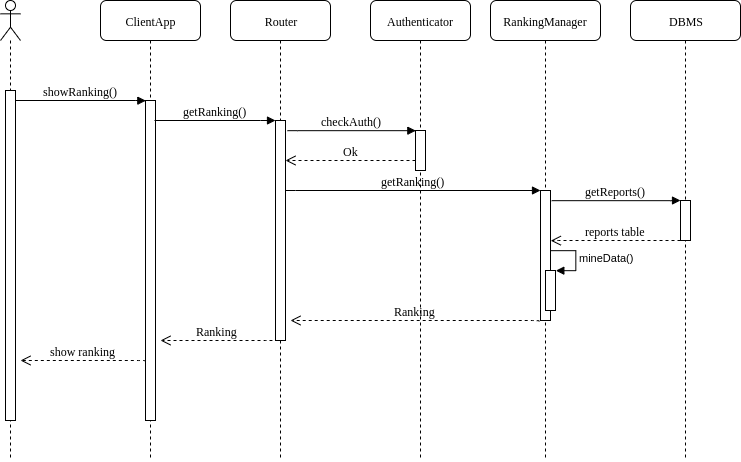
f3d0ss/CazzolaDotti-se2 keeps this draw.io diagram as DD/images/ranking-sequence.png. Above is the earlier version. Source tidied: cells renumbered, new cells last; positions are measured from the earlier drawing's top-left corner, leaving out a move shared by most shapes.
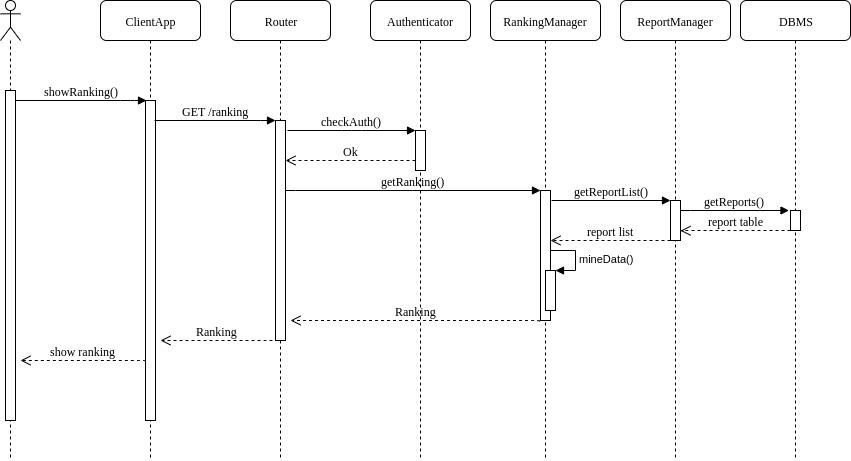
After the commit.

Diff of the diagram source:
```diff
@@ -65,7 +65,7 @@
         </Array>
       </mxGeometry>
     </mxCell>
-    <mxCell id="17" value="getRanking()" style="html=1;verticalAlign=bottom;endArrow=block;labelBackgroundColor=none;fontFamily=Verdana;fontSize=12;edgeStyle=elbowEdgeStyle;elbow=vertical;" parent="1" edge="1" target="6">
+    <mxCell id="17" value="GET /ranking" style="html=1;verticalAlign=bottom;endArrow=block;labelBackgroundColor=none;fontFamily=Verdana;fontSize=12;edgeStyle=elbowEdgeStyle;elbow=vertical;" parent="1" edge="1" target="6">
       <mxGeometry relative="1" as="geometry">
         <mxPoint x="183" y="120" as="sourcePoint" />
         <Array as="points">
@@ -95,20 +95,20 @@
         </Array>
       </mxGeometry>
     </mxCell>
-    <mxCell id="20" value="DBMS" style="shape=umlLifeline;perimeter=lifelinePerimeter;whiteSpace=wrap;html=1;rounded=1;shadow=0;comic=0;labelBackgroundColor=none;strokeWidth=1;fontFamily=Verdana;fontSize=12;align=center;" parent="1" vertex="1">
-      <mxGeometry x="659" width="110" height="460" as="geometry" />
+    <mxCell id="20" value="ReportManager" style="shape=umlLifeline;perimeter=lifelinePerimeter;whiteSpace=wrap;html=1;rounded=1;shadow=0;comic=0;labelBackgroundColor=none;strokeWidth=1;fontFamily=Verdana;fontSize=12;align=center;" parent="1" vertex="1">
+      <mxGeometry x="649" width="110" height="460" as="geometry" />
     </mxCell>
     <mxCell id="21" style="html=1;perimeter=orthogonalPerimeter;" parent="20" vertex="1">
       <mxGeometry x="50" y="200" width="10" height="40" as="geometry" />
     </mxCell>
-    <mxCell id="22" value="getReports()" style="html=1;verticalAlign=bottom;endArrow=block;labelBackgroundColor=none;fontFamily=Verdana;fontSize=12;edgeStyle=elbowEdgeStyle;elbow=vertical;exitX=1.13;exitY=0.078;exitDx=0;exitDy=0;exitPerimeter=0;" parent="1" edge="1" source="14">
+    <mxCell id="22" value="getReportList()" style="html=1;verticalAlign=bottom;endArrow=block;labelBackgroundColor=none;fontFamily=Verdana;fontSize=12;edgeStyle=elbowEdgeStyle;elbow=vertical;exitX=1.13;exitY=0.078;exitDx=0;exitDy=0;exitPerimeter=0;" parent="1" edge="1" source="14">
       <mxGeometry relative="1" as="geometry">
-        <mxPoint x="709" y="200" as="targetPoint" />
+        <mxPoint x="699" y="200" as="targetPoint" />
       </mxGeometry>
     </mxCell>
-    <mxCell id="23" value="reports table" style="html=1;verticalAlign=bottom;endArrow=open;dashed=1;endSize=8;labelBackgroundColor=none;fontFamily=Verdana;fontSize=12;edgeStyle=elbowEdgeStyle;elbow=vertical;entryX=1;entryY=0.385;entryDx=0;entryDy=0;entryPerimeter=0;" parent="1" edge="1" target="14">
+    <mxCell id="23" value="report list" style="html=1;verticalAlign=bottom;endArrow=open;dashed=1;endSize=8;labelBackgroundColor=none;fontFamily=Verdana;fontSize=12;edgeStyle=elbowEdgeStyle;elbow=vertical;entryX=1;entryY=0.385;entryDx=0;entryDy=0;entryPerimeter=0;" parent="1" edge="1" target="14">
       <mxGeometry relative="1" as="geometry">
-        <mxPoint x="709" y="240" as="sourcePoint" />
+        <mxPoint x="699" y="240" as="sourcePoint" />
         <Array as="points">
           <mxPoint x="649" y="240" />
           <mxPoint x="633.5" y="179" />
@@ -145,5 +145,29 @@
         </Array>
       </mxGeometry>
     </mxCell>
+    <mxCell id="26" value="DBMS" style="shape=umlLifeline;perimeter=lifelinePerimeter;whiteSpace=wrap;html=1;rounded=1;shadow=0;comic=0;labelBackgroundColor=none;strokeWidth=1;fontFamily=Verdana;fontSize=12;align=center;" parent="1" vertex="1">
+      <mxGeometry x="769" width="110" height="460" as="geometry" />
+    </mxCell>
+    <mxCell id="27" style="html=1;perimeter=orthogonalPerimeter;" parent="26" vertex="1">
+      <mxGeometry x="50" y="210" width="10" height="20" as="geometry" />
+    </mxCell>
+    <mxCell id="28" value="getReports()" style="html=1;verticalAlign=bottom;endArrow=block;labelBackgroundColor=none;fontFamily=Verdana;fontSize=12;edgeStyle=elbowEdgeStyle;elbow=vertical;exitX=1.13;exitY=0.078;exitDx=0;exitDy=0;exitPerimeter=0;" parent="1" edge="1">
+      <mxGeometry relative="1" as="geometry">
+        <mxPoint x="708.9" y="210.2" as="sourcePoint" />
+        <mxPoint x="817.5" y="210" as="targetPoint" />
+      </mxGeometry>
+    </mxCell>
+    <mxCell id="29" value="report table" style="html=1;verticalAlign=bottom;endArrow=open;dashed=1;endSize=8;labelBackgroundColor=none;fontFamily=Verdana;fontSize=12;edgeStyle=elbowEdgeStyle;elbow=vertical;entryX=1;entryY=0.385;entryDx=0;entryDy=0;entryPerimeter=0;" parent="1" edge="1">
+      <mxGeometry relative="1" as="geometry">
+        <mxPoint x="819" y="230" as="sourcePoint" />
+        <mxPoint x="709" y="230.2" as="targetPoint" />
+        <Array as="points">
+          <mxPoint x="779" y="230" />
+          <mxPoint x="763.5" y="169" />
+          <mxPoint x="828.5" y="169.5" />
+          <mxPoint x="858.5" y="169.5" />
+        </Array>
+      </mxGeometry>
+    </mxCell>
   </root>
 </mxGraphModel>
```
